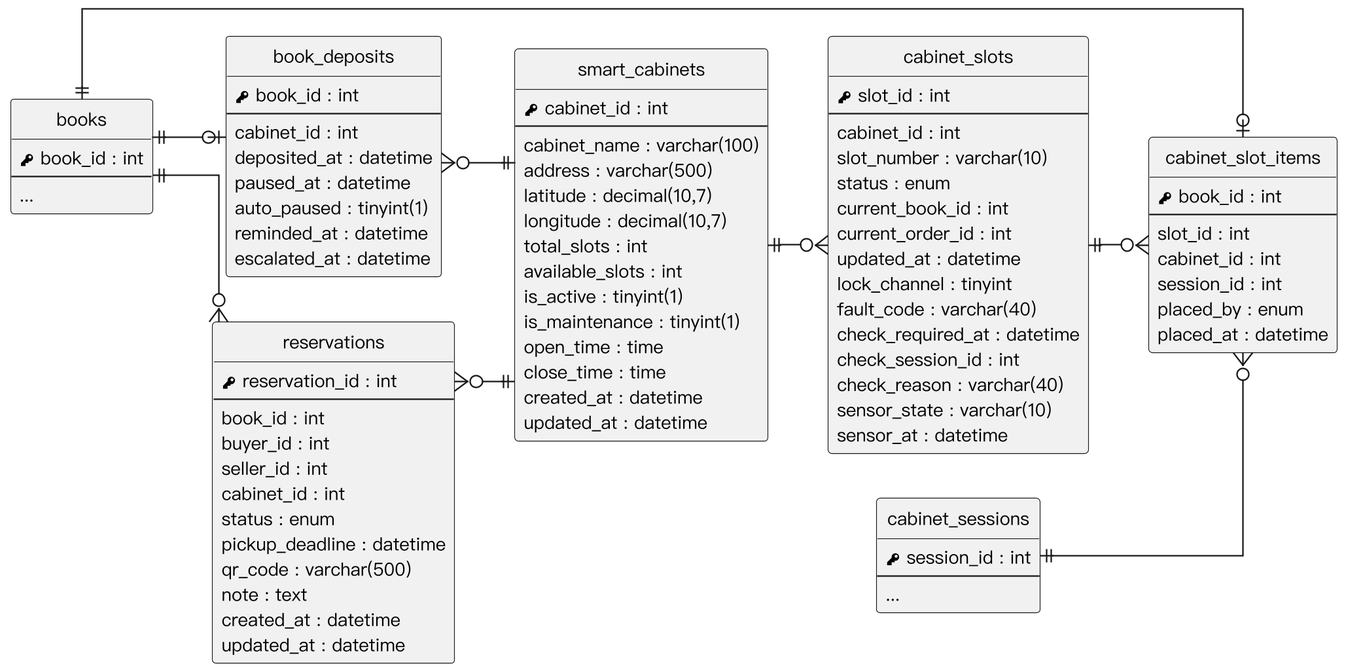
Earlier version of the PlantUML export Diagrams/Relational Tables/v3/er_cabinets.png (SaveMyBook/SaveMyBook).
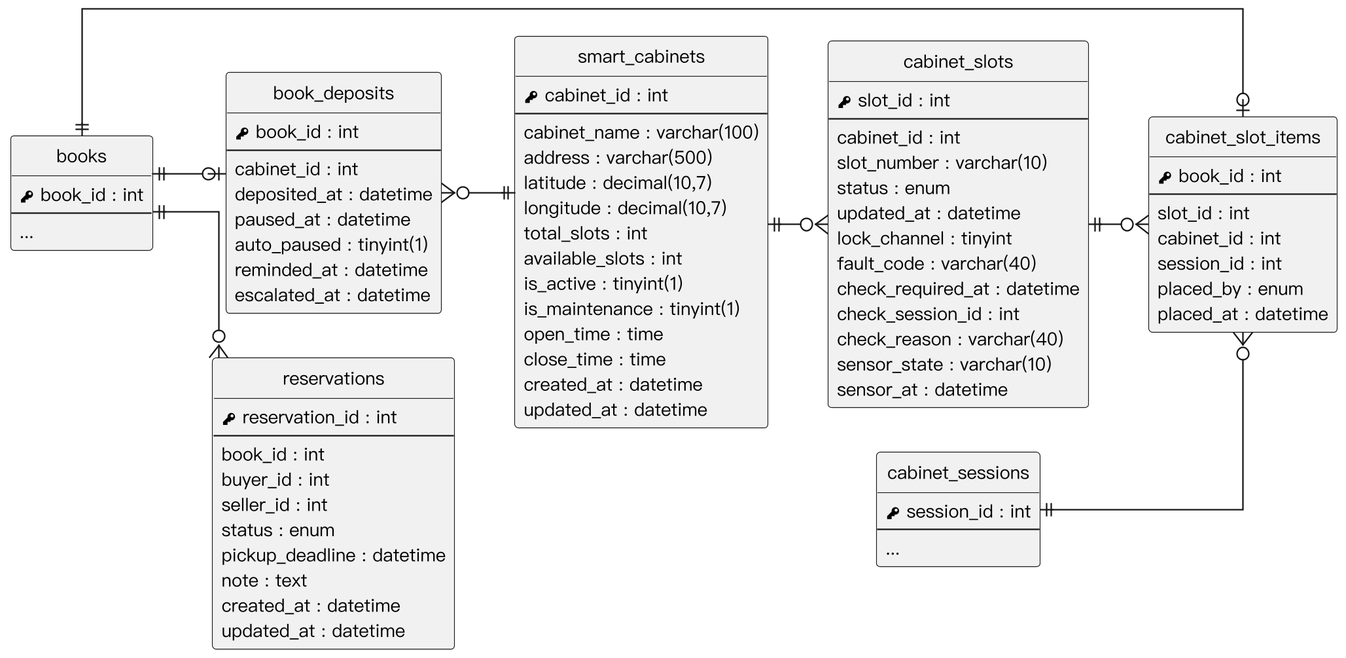
After the change.

The edit, as a diff of the source:
```diff
@@ -43,8 +43,6 @@
   {field} cabinet_id : int
   {field} slot_number : varchar(10)
   {field} status : enum
-  {field} current_book_id : int
-  {field} current_order_id : int
   {field} updated_at : datetime
   {field} lock_channel : tinyint
   {field} fault_code : varchar(40)
@@ -79,10 +77,8 @@
   {field} book_id : int
   {field} buyer_id : int
   {field} seller_id : int
-  {field} cabinet_id : int
   {field} status : enum
   {field} pickup_deadline : datetime
-  {field} qr_code : varchar(500)
   {field} note : text
   {field} created_at : datetime
   {field} updated_at : datetime
@@ -94,5 +90,4 @@
 books ||--o| book_deposits
 book_deposits }o--|| smart_cabinets
 books ||--o{ reservations
-reservations }o--|| smart_cabinets
 @enduml
```
